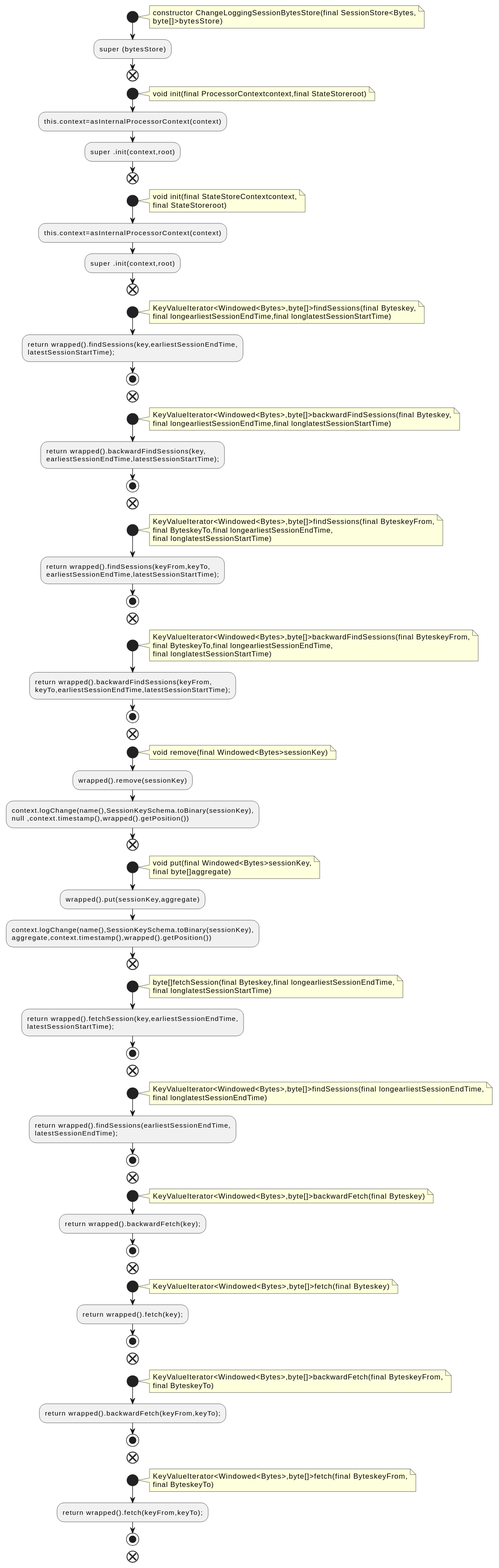
The PlantUML diagram docs/qc/streams/src/main/java/org/apache/kafka/streams/state/internals/ChangeLoggingSessionBytesStore.java.fct.svg in qualitesys/kafka, before a commit.
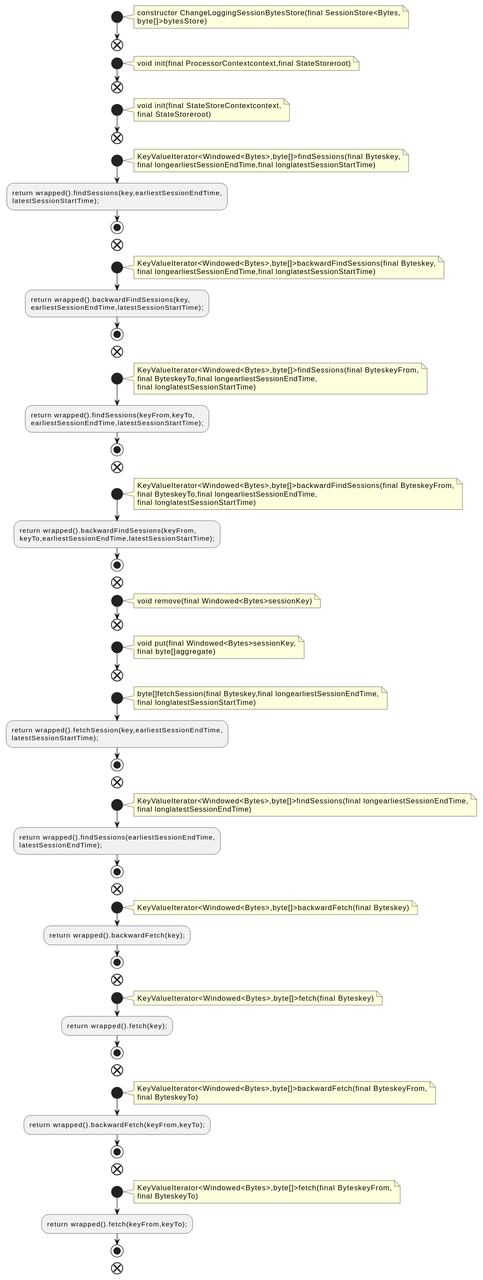
The same file after the commit.

The edit, as a diff of the source:
```diff
@@ -5,22 +5,17 @@
 constructor ChangeLoggingSessionBytesStore(final SessionStore<Bytes,
 byte[]>bytesStore)
 end note
-:super (bytesStore);
 end
 start
 note right
 void init(final ProcessorContextcontext,final StateStoreroot)
 end note
-:this.context=asInternalProcessorContext(context);
-:super .init(context,root);
 end
 start
 note right
 void init(final StateStoreContextcontext,
 final StateStoreroot)
 end note
-:this.context=asInternalProcessorContext(context);
-:super .init(context,root);
 end
 start
 note right
@@ -64,18 +59,12 @@
 note right
 void remove(final Windowed<Bytes>sessionKey)
 end note
-:wrapped().remove(sessionKey);
-:context.logChange(name(),SessionKeySchema.toBinary(sessionKey),
-null ,context.timestamp(),wrapped().getPosition());
 end
 start
 note right
 void put(final Windowed<Bytes>sessionKey,
 final byte[]aggregate)
 end note
-:wrapped().put(sessionKey,aggregate);
-:context.logChange(name(),SessionKeySchema.toBinary(sessionKey),
-aggregate,context.timestamp(),wrapped().getPosition());
 end
 start
 note right
```
